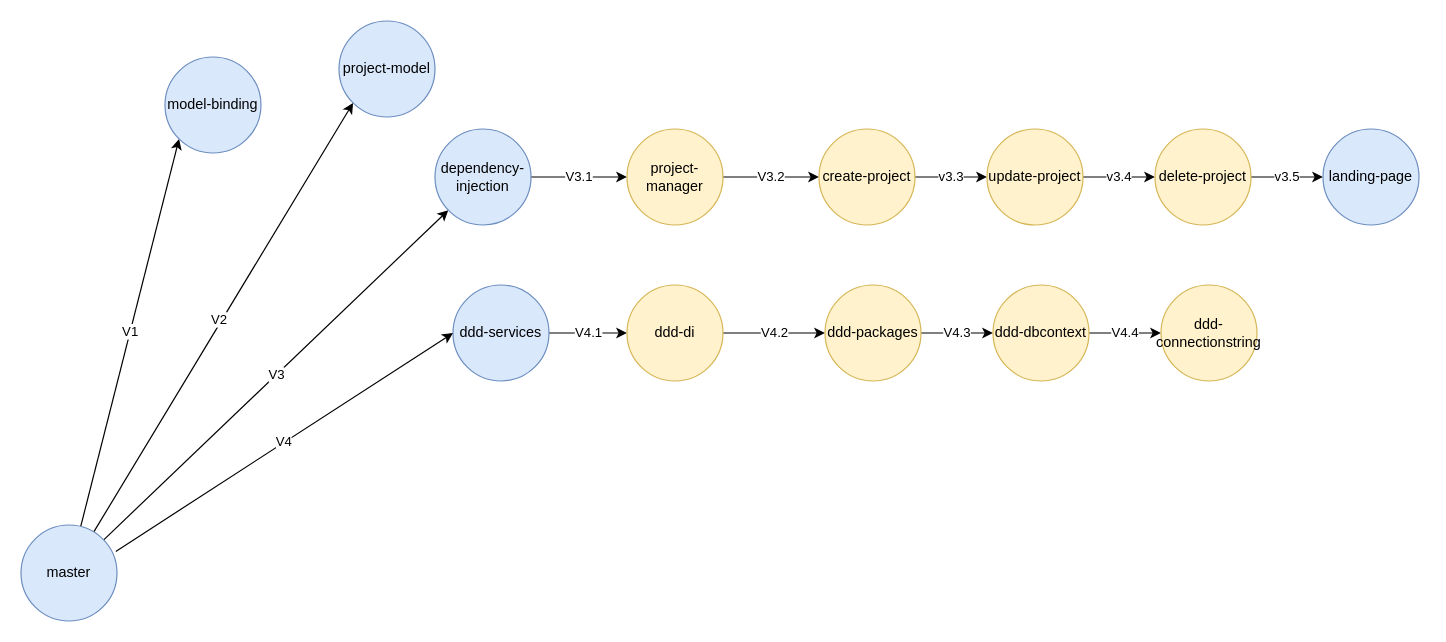
Above: PIS.drawio in zcomert/project-information-system (draw.io), before the change. Source tidied: cells renumbered, new cells numbered last; positions are measured from the earlier drawing's top-left corner, leaving out a move shared by most shapes. Both pictures are drawn from the tidied source at 120%, with x=0, y=0 at pixel (20, 20).
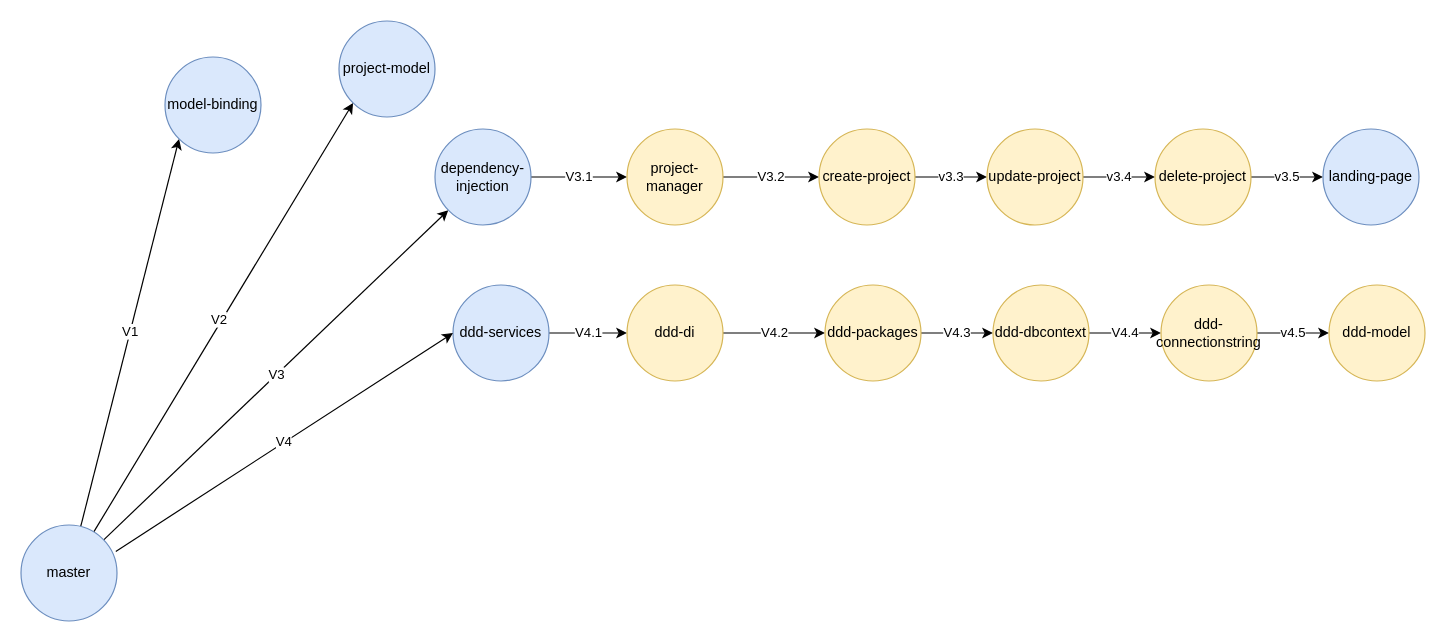
The same diagram, later.

Commit message (it also covers changes not shown here):
model has been updated.

Unchanged cells that the change refers to:
```xml
<mxCell id="30" value="ddd-connectionstring" style="ellipse;whiteSpace=wrap;html=1;fillColor=#fff2cc;strokeColor=#d6b656;" parent="1" vertex="1">
  <mxGeometry x="950" y="220" width="80" height="80" as="geometry" />
</mxCell>
```

The edit, as a diff of the source:
```diff
@@
+    <mxCell id="31" value="v4.5" style="edgeStyle=orthogonalEdgeStyle;rounded=0;jettySize=auto;html=1;" parent="1" edge="1" source="30" target="32">
+      <mxGeometry relative="1" as="geometry" />
+    </mxCell>
@@
+    <mxCell id="32" value="ddd-model" style="ellipse;whiteSpace=wrap;html=1;fillColor=#fff2cc;strokeColor=#d6b656;" parent="1" vertex="1">
+      <mxGeometry x="1090" y="220" width="80" height="80" as="geometry" />
+    </mxCell>
```
